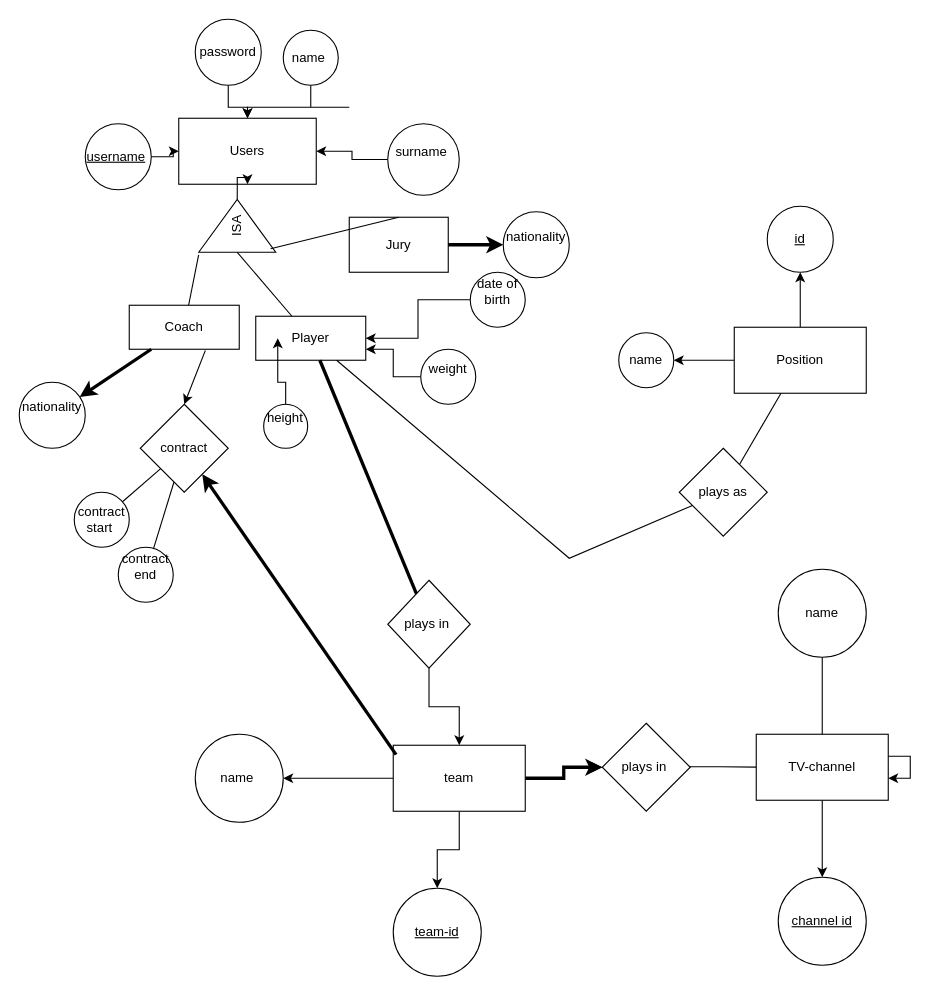
iremnuy/ER_model keeps this draw.io diagram as Untitled Diagram.drawio. Above is the earlier version. Source tidied: cells renumbered, new cells numbered last; positions are measured from the earlier drawing's top-left corner, leaving out a move shared by most shapes. Both pictures are drawn from the tidied source at 110%, with x=0, y=0 at pixel (19, 19).
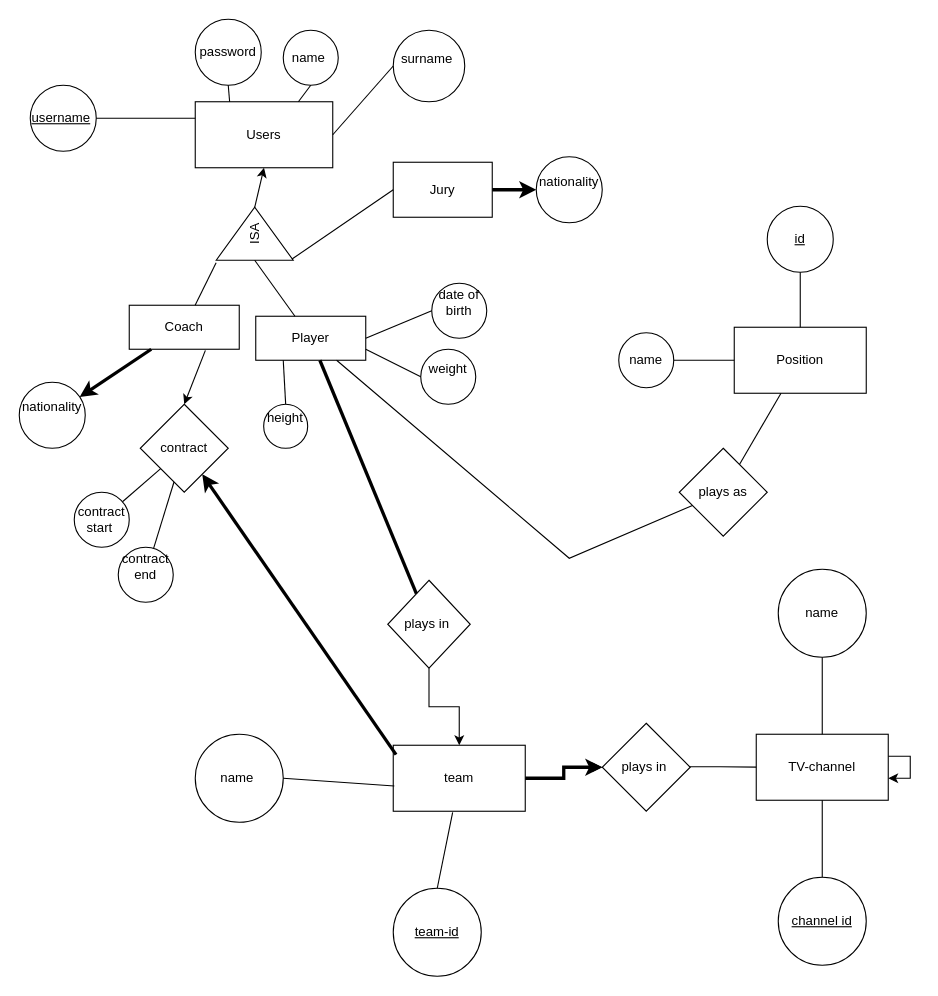
The same diagram, later.

The change refers to these unchanged cells:
```xml
<mxCell id="5" value="Player" style="rounded=0;whiteSpace=wrap;html=1;" parent="1" vertex="1">
  <mxGeometry x="215" y="270" width="100" height="40" as="geometry" />
</mxCell>
<mxCell id="11" value="height&lt;div&gt;&lt;br&gt;&lt;/div&gt;" style="ellipse;whiteSpace=wrap;html=1;" parent="1" vertex="1">
  <mxGeometry x="222.2" y="350" width="40" height="40" as="geometry" />
</mxCell>
<mxCell id="15" value="weight&lt;div&gt;&lt;br&gt;&lt;/div&gt;" style="ellipse;whiteSpace=wrap;html=1;" parent="1" vertex="1">
  <mxGeometry x="365" y="300" width="50" height="50" as="geometry" />
</mxCell>
<mxCell id="20" value="name&amp;nbsp;" style="ellipse;whiteSpace=wrap;html=1;" parent="1" vertex="1">
  <mxGeometry x="240" y="10" width="50" height="50" as="geometry" />
</mxCell>
<mxCell id="22" value="password" style="ellipse;whiteSpace=wrap;html=1;" parent="1" vertex="1">
  <mxGeometry x="160" width="60" height="60" as="geometry" />
</mxCell>
<mxCell id="32" value="team" style="rounded=0;whiteSpace=wrap;html=1;" parent="1" vertex="1">
  <mxGeometry x="340" y="660" width="120" height="60" as="geometry" />
</mxCell>
<mxCell id="33" value="name&amp;nbsp;" style="ellipse;whiteSpace=wrap;html=1;rounded=0;" parent="1" vertex="1">
  <mxGeometry x="160" y="650" width="80" height="80" as="geometry" />
</mxCell>
<mxCell id="34" value="&lt;u&gt;team-id&lt;/u&gt;" style="ellipse;whiteSpace=wrap;html=1;rounded=0;" parent="1" vertex="1">
  <mxGeometry x="340" y="790" width="80" height="80" as="geometry" />
</mxCell>
<mxCell id="39" value="TV-channel" style="whiteSpace=wrap;html=1;rounded=0;" parent="1" vertex="1">
  <mxGeometry x="670" y="650" width="120" height="60" as="geometry" />
</mxCell>
<mxCell id="40" value="&lt;u&gt;channel id&lt;/u&gt;" style="ellipse;whiteSpace=wrap;html=1;rounded=0;" parent="1" vertex="1">
  <mxGeometry x="690" y="780" width="80" height="80" as="geometry" />
</mxCell>
<mxCell id="58" value="Position" style="rounded=0;whiteSpace=wrap;html=1;" parent="1" vertex="1">
  <mxGeometry x="650" y="280" width="120" height="60" as="geometry" />
</mxCell>
<mxCell id="59" value="&lt;u&gt;id&lt;/u&gt;" style="ellipse;whiteSpace=wrap;html=1;rounded=0;" parent="1" vertex="1">
  <mxGeometry x="680" y="170" width="60" height="60" as="geometry" />
</mxCell>
<mxCell id="60" value="name" style="ellipse;whiteSpace=wrap;html=1;rounded=0;" parent="1" vertex="1">
  <mxGeometry x="545" y="285" width="50" height="50" as="geometry" />
</mxCell>
```

Change to the diagram source:
```diff
@@
     <mxCell id="2" value="Users" style="rounded=0;whiteSpace=wrap;html=1;" parent="1" vertex="1">
-      <mxGeometry x="145" y="90" width="125" height="60" as="geometry" />
+      <mxGeometry x="160" y="75" width="125" height="60" as="geometry" />
     </mxCell>
@@
     <mxCell id="6" value="Jury" style="rounded=0;whiteSpace=wrap;html=1;" parent="1" vertex="1">
-      <mxGeometry x="300" y="180" width="90" height="50" as="geometry" />
+      <mxGeometry x="340" y="130" width="90" height="50" as="geometry" />
     </mxCell>
-    <mxCell id="7" style="edgeStyle=orthogonalEdgeStyle;rounded=0;jettySize=auto;html=1;" parent="1" edge="1" source="8" target="2">
-      <mxGeometry relative="1" as="geometry" />
-    </mxCell>
     <mxCell id="8" value="ISA" style="triangle;whiteSpace=wrap;html=1;rotation=-90;" parent="1" vertex="1">
-      <mxGeometry x="174.1" y="152.8" width="48.1" height="70" as="geometry" />
+      <mxGeometry x="190" y="160" width="48.1" height="70" as="geometry" />
     </mxCell>
-    <mxCell id="9" style="edgeStyle=orthogonalEdgeStyle;rounded=0;jettySize=auto;html=1;" parent="1" edge="1" source="10" target="2">
-      <mxGeometry relative="1" as="geometry" />
-    </mxCell>
     <mxCell id="10" value="&lt;u&gt;username&lt;/u&gt;&amp;nbsp;" style="ellipse;whiteSpace=wrap;html=1;" parent="1" vertex="1">
-      <mxGeometry x="60" y="95" width="60" height="60" as="geometry" />
+      <mxGeometry x="10" y="60" width="60" height="60" as="geometry" />
     </mxCell>
@@
-    <mxCell id="14" style="edgeStyle=orthogonalEdgeStyle;rounded=0;jettySize=auto;html=1;entryX=1;entryY=0.75;entryDx=0;entryDy=0;" parent="1" edge="1" source="15" target="5">
-      <mxGeometry relative="1" as="geometry" />
-    </mxCell>
@@
-    <mxCell id="16" style="edgeStyle=orthogonalEdgeStyle;rounded=0;jettySize=auto;html=1;" parent="1" edge="1" source="17" target="5">
-      <mxGeometry relative="1" as="geometry" />
-    </mxCell>
     <mxCell id="17" value="date of birth&lt;div&gt;&lt;br&gt;&lt;/div&gt;" style="ellipse;whiteSpace=wrap;html=1;" parent="1" vertex="1">
-      <mxGeometry x="410" y="230" width="50" height="50" as="geometry" />
+      <mxGeometry x="375" y="240" width="50" height="50" as="geometry" />
     </mxCell>
     <mxCell id="18" value="nationality&lt;div&gt;&lt;br&gt;&lt;/div&gt;" style="ellipse;whiteSpace=wrap;html=1;" parent="1" vertex="1">
-      <mxGeometry x="440" y="175" width="60" height="60" as="geometry" />
+      <mxGeometry x="470" y="125" width="60" height="60" as="geometry" />
     </mxCell>
-    <mxCell id="19" style="edgeStyle=orthogonalEdgeStyle;rounded=0;jettySize=auto;html=1;" parent="1" edge="1" source="20" target="2">
-      <mxGeometry relative="1" as="geometry">
-        <Array as="points">
-          <mxPoint x="300" y="80" />
-          <mxPoint x="280" y="80" />
-        </Array>
-      </mxGeometry>
-    </mxCell>
@@
-    <mxCell id="21" style="edgeStyle=orthogonalEdgeStyle;rounded=0;jettySize=auto;html=1;" parent="1" edge="1" source="22" target="2">
-      <mxGeometry relative="1" as="geometry" />
-    </mxCell>
@@
-    <mxCell id="23" style="endArrow=none;html=1;rounded=0;entryX=0.5;entryY=0;entryDx=0;entryDy=0;exitX=0.068;exitY=0.934;exitDx=0;exitDy=0;exitPerimeter=0;" parent="1" edge="1" source="8" target="6">
+    <mxCell id="23" style="endArrow=none;html=1;rounded=0;entryX=0;entryY=0.5;entryDx=0;entryDy=0;exitX=0.022;exitY=0.985;exitDx=0;exitDy=0;exitPerimeter=0;" parent="1" edge="1" source="8" target="6">
       <mxGeometry relative="1" as="geometry" />
     </mxCell>
@@
-    <mxCell id="26" style="edgeStyle=orthogonalEdgeStyle;rounded=0;jettySize=auto;html=1;" parent="1" edge="1" source="27" target="2">
-      <mxGeometry relative="1" as="geometry" />
-    </mxCell>
     <mxCell id="27" value="surname&amp;nbsp;&lt;div&gt;&lt;br&gt;&lt;/div&gt;" style="ellipse;whiteSpace=wrap;html=1;" parent="1" vertex="1">
-      <mxGeometry x="335" y="95" width="65" height="65" as="geometry" />
+      <mxGeometry x="340" y="10" width="65" height="65" as="geometry" />
     </mxCell>
-    <mxCell id="28" style="edgeStyle=orthogonalEdgeStyle;rounded=0;jettySize=auto;html=1;entryX=0.2;entryY=0.5;entryDx=0;entryDy=0;entryPerimeter=0;" parent="1" edge="1" source="11" target="5">
-      <mxGeometry relative="1" as="geometry" />
-    </mxCell>
-    <mxCell id="29" style="edgeStyle=orthogonalEdgeStyle;rounded=0;jettySize=auto;html=1;" parent="1" edge="1" source="32" target="33">
-      <mxGeometry relative="1" as="geometry" />
-    </mxCell>
-    <mxCell id="30" style="edgeStyle=orthogonalEdgeStyle;rounded=0;jettySize=auto;html=1;" parent="1" edge="1" source="32" target="34">
-      <mxGeometry relative="1" as="geometry" />
-    </mxCell>
@@
-    <mxCell id="38" style="edgeStyle=orthogonalEdgeStyle;rounded=0;jettySize=auto;html=1;" parent="1" edge="1" source="39" target="40">
-      <mxGeometry relative="1" as="geometry" />
-    </mxCell>
@@
-    <mxCell id="56" style="edgeStyle=orthogonalEdgeStyle;rounded=0;jettySize=auto;html=1;" parent="1" edge="1" source="58" target="59">
-      <mxGeometry relative="1" as="geometry" />
-    </mxCell>
-    <mxCell id="57" style="edgeStyle=orthogonalEdgeStyle;rounded=0;jettySize=auto;html=1;" parent="1" edge="1" source="58" target="60">
-      <mxGeometry relative="1" as="geometry" />
-    </mxCell>
@@
+    <mxCell id="62" style="endArrow=none;html=1;rounded=0;entryX=0;entryY=0.5;entryDx=0;entryDy=0;exitX=1;exitY=0.5;exitDx=0;exitDy=0;" parent="1" edge="1" source="2" target="27">
+      <mxGeometry relative="1" as="geometry" />
+    </mxCell>
+    <mxCell id="63" style="endArrow=none;html=1;rounded=0;entryX=0.5;entryY=1;entryDx=0;entryDy=0;exitX=0.25;exitY=0;exitDx=0;exitDy=0;" parent="1" edge="1" source="2" target="22">
+      <mxGeometry relative="1" as="geometry" />
+    </mxCell>
+    <mxCell id="64" style="endArrow=none;html=1;rounded=0;entryX=0.5;entryY=1;entryDx=0;entryDy=0;exitX=0.75;exitY=0;exitDx=0;exitDy=0;" parent="1" edge="1" source="2" target="20">
+      <mxGeometry relative="1" as="geometry" />
+    </mxCell>
+    <mxCell id="9" style="endArrow=none;html=1;rounded=0;exitX=1;exitY=0.5;exitDx=0;exitDy=0;entryX=0;entryY=0.25;entryDx=0;entryDy=0;" parent="1" edge="1" source="10" target="2">
+      <mxGeometry relative="1" as="geometry" />
+    </mxCell>
+    <mxCell id="7" style="endArrow=classic;html=1;rounded=0;exitX=1;exitY=0.5;exitDx=0;exitDy=0;entryX=0.5;entryY=1;entryDx=0;entryDy=0;" parent="1" edge="1" source="8" target="2">
+      <mxGeometry relative="1" as="geometry" />
+    </mxCell>
+    <mxCell id="65" style="endArrow=none;html=1;rounded=0;entryX=0.008;entryY=0.617;entryDx=0;entryDy=0;entryPerimeter=0;exitX=1;exitY=0.5;exitDx=0;exitDy=0;" parent="1" edge="1" source="33" target="32">
+      <mxGeometry relative="1" as="geometry" />
+    </mxCell>
+    <mxCell id="66" style="endArrow=none;html=1;rounded=0;exitX=0.5;exitY=0;exitDx=0;exitDy=0;entryX=0.45;entryY=1.017;entryDx=0;entryDy=0;entryPerimeter=0;" parent="1" edge="1" source="34" target="32">
+      <mxGeometry relative="1" as="geometry" />
+    </mxCell>
+    <mxCell id="67" style="endArrow=none;html=1;rounded=0;exitX=0.5;exitY=0;exitDx=0;exitDy=0;entryX=0.5;entryY=1;entryDx=0;entryDy=0;" parent="1" edge="1" source="40" target="39">
+      <mxGeometry relative="1" as="geometry" />
+    </mxCell>
+    <mxCell id="68" style="endArrow=none;html=1;rounded=0;exitX=1;exitY=0.5;exitDx=0;exitDy=0;entryX=0;entryY=0.5;entryDx=0;entryDy=0;" parent="1" edge="1" source="60" target="58">
+      <mxGeometry relative="1" as="geometry" />
+    </mxCell>
+    <mxCell id="69" style="endArrow=none;html=1;rounded=0;entryX=0.5;entryY=0;entryDx=0;entryDy=0;exitX=0.5;exitY=1;exitDx=0;exitDy=0;" parent="1" edge="1" source="59" target="58">
+      <mxGeometry relative="1" as="geometry" />
+    </mxCell>
+    <mxCell id="70" style="endArrow=none;html=1;rounded=0;entryX=0;entryY=0.5;entryDx=0;entryDy=0;exitX=1;exitY=0.75;exitDx=0;exitDy=0;" parent="1" edge="1" source="5" target="15">
+      <mxGeometry relative="1" as="geometry" />
+    </mxCell>
+    <mxCell id="71" style="endArrow=none;html=1;rounded=0;exitX=1;exitY=0.5;exitDx=0;exitDy=0;entryX=0;entryY=0.5;entryDx=0;entryDy=0;" parent="1" edge="1" source="5" target="17">
+      <mxGeometry relative="1" as="geometry" />
+    </mxCell>
+    <mxCell id="28" style="endArrow=none;html=1;rounded=0;exitX=0.5;exitY=0;exitDx=0;exitDy=0;entryX=0.25;entryY=1;entryDx=0;entryDy=0;" parent="1" edge="1" source="11" target="5">
+      <mxGeometry relative="1" as="geometry" />
+    </mxCell>
```
